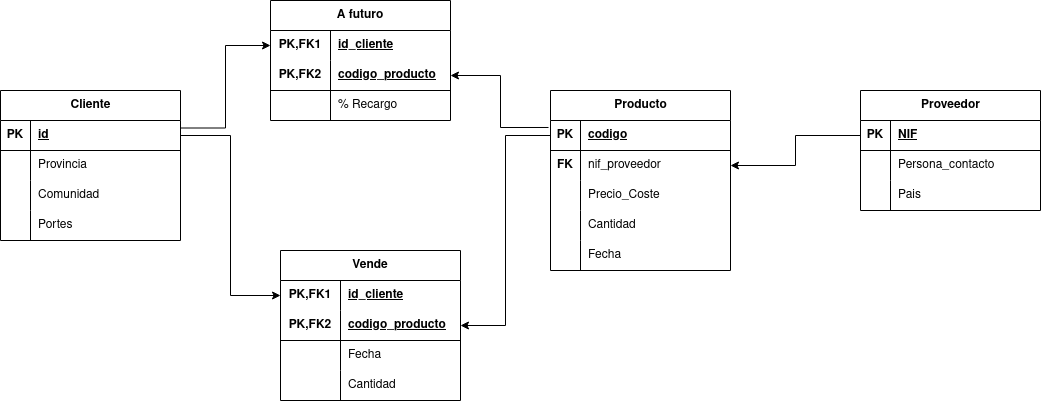
mdiogc/base-datos keeps this draw.io diagram as Unidad-2/Tareas/ Empresa Compra Venta (MR)/empresa (mr).drawio.png. Above is the earlier version. Source tidied: cells renumbered, new cells last; positions are measured from the earlier drawing's top-left corner, leaving out a move shared by most shapes.
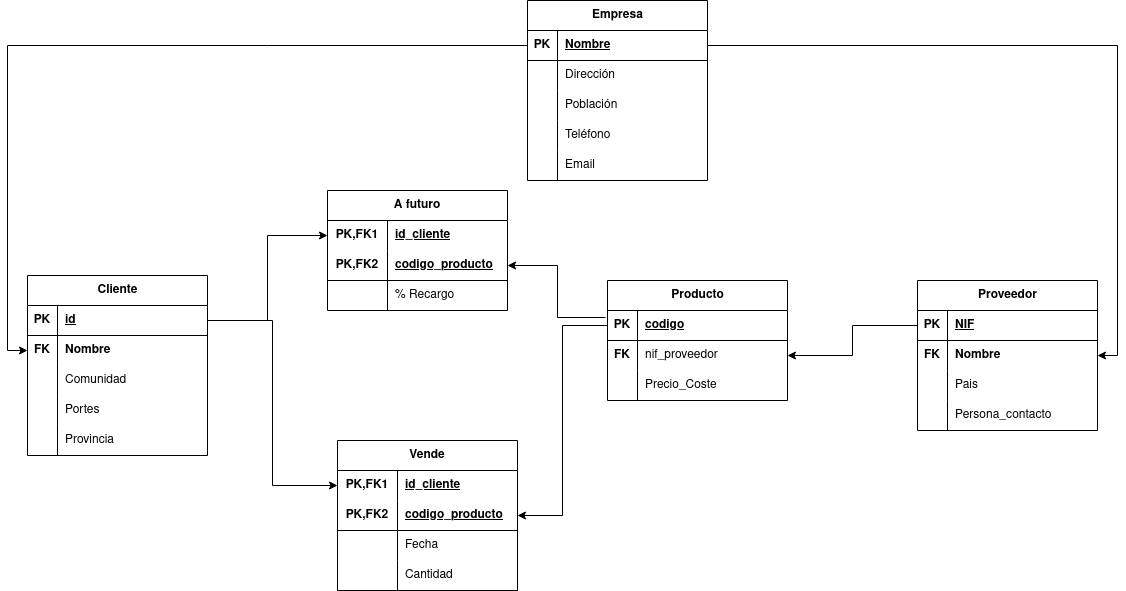
The same diagram one commit later.

Diff of the diagram source:
```diff
@@ -6,7 +6,7 @@
       <mxGeometry relative="1" as="geometry" />
     </mxCell>
     <mxCell id="3" value="Cliente" style="shape=table;startSize=30;rowLines=0;fontStyle=1;align=center;html=1;" parent="1" vertex="1">
-      <mxGeometry y="90" width="180" height="150" as="geometry" />
+      <mxGeometry x="-30" y="85" width="180" height="180" as="geometry" />
     </mxCell>
     <mxCell id="4" style="shape=tableRow;horizontal=0;startSize=0;swimlaneHead=0;swimlaneBody=0;fillColor=none;points=[[0,0.5],[1,0.5]];portConstraint=eastwest;top=0;left=0;right=0;bottom=1;" parent="3" vertex="1">
       <mxGeometry y="30" width="180" height="30" as="geometry" />
@@ -20,10 +20,10 @@
     <mxCell id="7" style="shape=tableRow;horizontal=0;startSize=0;swimlaneHead=0;swimlaneBody=0;fillColor=none;points=[[0,0.5],[1,0.5]];portConstraint=eastwest;top=0;left=0;right=0;bottom=0;" parent="3" vertex="1">
       <mxGeometry y="60" width="180" height="30" as="geometry" />
     </mxCell>
-    <mxCell id="8" style="shape=partialRectangle;fillColor=none;top=0;left=0;bottom=0;right=0;overflow=hidden;whiteSpace=wrap;html=1;" parent="7" vertex="1">
+    <mxCell id="8" value="&lt;b&gt;FK&lt;/b&gt;" style="shape=partialRectangle;fillColor=none;top=0;left=0;bottom=0;right=0;overflow=hidden;whiteSpace=wrap;html=1;" parent="7" vertex="1">
       <mxGeometry width="30" height="30" as="geometry" />
     </mxCell>
-    <mxCell id="9" value="Provincia" style="shape=partialRectangle;fillColor=none;top=0;left=0;bottom=0;right=0;align=left;spacingLeft=6;overflow=hidden;whiteSpace=wrap;html=1;" parent="7" vertex="1">
+    <mxCell id="9" value="&lt;b&gt;Nombre&lt;/b&gt;" style="shape=partialRectangle;fillColor=none;top=0;left=0;bottom=0;right=0;align=left;spacingLeft=6;overflow=hidden;whiteSpace=wrap;html=1;" parent="7" vertex="1">
       <mxGeometry x="30" width="150" height="30" as="geometry" />
     </mxCell>
     <mxCell id="10" style="shape=tableRow;horizontal=0;startSize=0;swimlaneHead=0;swimlaneBody=0;fillColor=none;top=0;left=0;right=0;bottom=0;" parent="3" vertex="1">
@@ -44,6 +44,15 @@
     <mxCell id="15" value="Portes" style="shape=partialRectangle;fillColor=none;top=0;left=0;bottom=0;right=0;align=left;spacingLeft=6;overflow=hidden;whiteSpace=wrap;html=1;" parent="13" vertex="1">
       <mxGeometry x="30" width="150" height="30" as="geometry" />
     </mxCell>
+    <mxCell id="69" style="shape=tableRow;horizontal=0;startSize=0;swimlaneHead=0;swimlaneBody=0;fillColor=none;top=0;left=0;right=0;bottom=0;" parent="3" vertex="1">
+      <mxGeometry y="150" width="180" height="30" as="geometry" />
+    </mxCell>
+    <mxCell id="70" style="shape=partialRectangle;fillColor=none;top=0;left=0;bottom=0;right=0;overflow=hidden;whiteSpace=wrap;html=1;" parent="69" vertex="1">
+      <mxGeometry width="30" height="30" as="geometry" />
+    </mxCell>
+    <mxCell id="71" value="Provincia" style="shape=partialRectangle;fillColor=none;top=0;left=0;bottom=0;right=0;align=left;spacingLeft=6;overflow=hidden;whiteSpace=wrap;html=1;" parent="69" vertex="1">
+      <mxGeometry x="30" width="150" height="30" as="geometry" />
+    </mxCell>
     <mxCell id="16" value="A futuro" style="shape=table;startSize=30;rowLines=0;fontStyle=1;align=center;html=1;whiteSpace=wrap;" parent="1" vertex="1">
       <mxGeometry x="270" width="180" height="120" as="geometry" />
     </mxCell>
@@ -75,7 +84,7 @@
       <mxGeometry x="60" width="120" height="30" as="geometry" />
     </mxCell>
     <mxCell id="26" value="Producto" style="shape=table;startSize=30;rowLines=0;fontStyle=1;align=center;html=1;" parent="1" vertex="1">
-      <mxGeometry x="550" y="90" width="180" height="180" as="geometry" />
+      <mxGeometry x="550" y="90" width="180" height="120" as="geometry" />
     </mxCell>
     <mxCell id="27" style="shape=tableRow;horizontal=0;startSize=0;swimlaneHead=0;swimlaneBody=0;fillColor=none;points=[[0,0.5],[1,0.5]];portConstraint=eastwest;top=0;left=0;right=0;bottom=1;" parent="26" vertex="1">
       <mxGeometry y="30" width="180" height="30" as="geometry" />
@@ -104,26 +113,8 @@
     <mxCell id="35" value="Precio_Coste" style="shape=partialRectangle;fillColor=none;top=0;left=0;bottom=0;right=0;align=left;spacingLeft=6;overflow=hidden;whiteSpace=wrap;html=1;" parent="33" vertex="1">
       <mxGeometry x="30" width="150" height="30" as="geometry" />
     </mxCell>
-    <mxCell id="36" style="shape=tableRow;horizontal=0;startSize=0;swimlaneHead=0;swimlaneBody=0;fillColor=none;top=0;left=0;right=0;bottom=0;" parent="26" vertex="1">
-      <mxGeometry y="120" width="180" height="30" as="geometry" />
-    </mxCell>
-    <mxCell id="37" style="shape=partialRectangle;fillColor=none;top=0;left=0;bottom=0;right=0;overflow=hidden;whiteSpace=wrap;html=1;" parent="36" vertex="1">
-      <mxGeometry width="30" height="30" as="geometry" />
-    </mxCell>
-    <mxCell id="38" value="Cantidad" style="shape=partialRectangle;fillColor=none;top=0;left=0;bottom=0;right=0;align=left;spacingLeft=6;overflow=hidden;whiteSpace=wrap;html=1;" parent="36" vertex="1">
-      <mxGeometry x="30" width="150" height="30" as="geometry" />
-    </mxCell>
-    <mxCell id="39" style="shape=tableRow;horizontal=0;startSize=0;swimlaneHead=0;swimlaneBody=0;fillColor=none;top=0;left=0;right=0;bottom=0;" parent="26" vertex="1">
-      <mxGeometry y="150" width="180" height="30" as="geometry" />
-    </mxCell>
-    <mxCell id="40" style="shape=partialRectangle;fillColor=none;top=0;left=0;bottom=0;right=0;overflow=hidden;whiteSpace=wrap;html=1;" parent="39" vertex="1">
-      <mxGeometry width="30" height="30" as="geometry" />
-    </mxCell>
-    <mxCell id="41" value="Fecha" style="shape=partialRectangle;fillColor=none;top=0;left=0;bottom=0;right=0;align=left;spacingLeft=6;overflow=hidden;whiteSpace=wrap;html=1;" parent="39" vertex="1">
-      <mxGeometry x="30" width="150" height="30" as="geometry" />
-    </mxCell>
     <mxCell id="42" value="Proveedor" style="shape=table;startSize=30;rowLines=0;fontStyle=1;align=center;html=1;" parent="1" vertex="1">
-      <mxGeometry x="860" y="90" width="180" height="120" as="geometry" />
+      <mxGeometry x="860" y="90" width="180" height="150" as="geometry" />
     </mxCell>
     <mxCell id="43" style="shape=tableRow;horizontal=0;startSize=0;swimlaneHead=0;swimlaneBody=0;fillColor=none;points=[[0,0.5],[1,0.5]];portConstraint=eastwest;top=0;left=0;right=0;bottom=1;" parent="42" vertex="1">
       <mxGeometry y="30" width="180" height="30" as="geometry" />
@@ -137,10 +128,10 @@
     <mxCell id="46" style="shape=tableRow;horizontal=0;startSize=0;swimlaneHead=0;swimlaneBody=0;fillColor=none;top=0;left=0;right=0;bottom=0;" parent="42" vertex="1">
       <mxGeometry y="60" width="180" height="30" as="geometry" />
     </mxCell>
-    <mxCell id="47" style="shape=partialRectangle;fillColor=none;top=0;left=0;bottom=0;right=0;overflow=hidden;whiteSpace=wrap;html=1;" parent="46" vertex="1">
+    <mxCell id="47" value="&lt;b&gt;FK&lt;/b&gt;" style="shape=partialRectangle;fillColor=none;top=0;left=0;bottom=0;right=0;overflow=hidden;whiteSpace=wrap;html=1;" parent="46" vertex="1">
       <mxGeometry width="30" height="30" as="geometry" />
     </mxCell>
-    <mxCell id="48" value="Persona_contacto" style="shape=partialRectangle;fillColor=none;top=0;left=0;bottom=0;right=0;align=left;spacingLeft=6;overflow=hidden;whiteSpace=wrap;html=1;" parent="46" vertex="1">
+    <mxCell id="48" value="&lt;b&gt;Nombre&lt;/b&gt;" style="shape=partialRectangle;fillColor=none;top=0;left=0;bottom=0;right=0;align=left;spacingLeft=6;overflow=hidden;whiteSpace=wrap;html=1;" parent="46" vertex="1">
       <mxGeometry x="30" width="150" height="30" as="geometry" />
     </mxCell>
     <mxCell id="49" style="shape=tableRow;horizontal=0;startSize=0;swimlaneHead=0;swimlaneBody=0;fillColor=none;top=0;left=0;right=0;bottom=0;" parent="42" vertex="1">
@@ -152,6 +143,15 @@
     <mxCell id="51" value="Pais" style="shape=partialRectangle;fillColor=none;top=0;left=0;bottom=0;right=0;align=left;spacingLeft=6;overflow=hidden;whiteSpace=wrap;html=1;" parent="49" vertex="1">
       <mxGeometry x="30" width="150" height="30" as="geometry" />
     </mxCell>
+    <mxCell id="72" style="shape=tableRow;horizontal=0;startSize=0;swimlaneHead=0;swimlaneBody=0;fillColor=none;top=0;left=0;right=0;bottom=0;" parent="42" vertex="1">
+      <mxGeometry y="120" width="180" height="30" as="geometry" />
+    </mxCell>
+    <mxCell id="73" style="shape=partialRectangle;fillColor=none;top=0;left=0;bottom=0;right=0;overflow=hidden;whiteSpace=wrap;html=1;" parent="72" vertex="1">
+      <mxGeometry width="30" height="30" as="geometry" />
+    </mxCell>
+    <mxCell id="74" value="Persona_contacto" style="shape=partialRectangle;fillColor=none;top=0;left=0;bottom=0;right=0;align=left;spacingLeft=6;overflow=hidden;whiteSpace=wrap;html=1;" parent="72" vertex="1">
+      <mxGeometry x="30" width="150" height="30" as="geometry" />
+    </mxCell>
     <mxCell id="52" style="edgeStyle=orthogonalEdgeStyle;rounded=0;jettySize=auto;html=1;exitX=0;exitY=0.5;exitDx=0;exitDy=0;entryX=1;entryY=0.5;entryDx=0;entryDy=0;" parent="1" edge="1" source="43" target="30">
       <mxGeometry relative="1" as="geometry" />
     </mxCell>
@@ -203,5 +203,59 @@
     <mxCell id="68" style="edgeStyle=orthogonalEdgeStyle;rounded=0;jettySize=auto;html=1;exitX=0;exitY=0.5;exitDx=0;exitDy=0;entryX=1;entryY=0.5;entryDx=0;entryDy=0;" parent="1" edge="1" source="27" target="53">
       <mxGeometry relative="1" as="geometry" />
     </mxCell>
+    <mxCell id="75" value="Empresa" style="shape=table;startSize=30;rowLines=0;fontStyle=1;align=center;html=1;" parent="1" vertex="1">
+      <mxGeometry x="470" y="-190" width="180" height="180" as="geometry" />
+    </mxCell>
+    <mxCell id="76" style="shape=tableRow;horizontal=0;startSize=0;swimlaneHead=0;swimlaneBody=0;fillColor=none;points=[[0,0.5],[1,0.5]];portConstraint=eastwest;top=0;left=0;right=0;bottom=1;" parent="75" vertex="1">
+      <mxGeometry y="30" width="180" height="30" as="geometry" />
+    </mxCell>
+    <mxCell id="77" value="PK" style="shape=partialRectangle;fillColor=none;top=0;left=0;bottom=0;right=0;fontStyle=1;overflow=hidden;whiteSpace=wrap;html=1;" parent="76" vertex="1">
+      <mxGeometry width="30" height="30" as="geometry" />
+    </mxCell>
+    <mxCell id="78" value="Nombre" style="shape=partialRectangle;fillColor=none;top=0;left=0;bottom=0;right=0;align=left;spacingLeft=6;fontStyle=5;overflow=hidden;whiteSpace=wrap;html=1;" parent="76" vertex="1">
+      <mxGeometry x="30" width="150" height="30" as="geometry" />
+    </mxCell>
+    <mxCell id="79" style="shape=tableRow;horizontal=0;startSize=0;swimlaneHead=0;swimlaneBody=0;fillColor=none;top=0;left=0;right=0;bottom=0;" parent="75" vertex="1">
+      <mxGeometry y="60" width="180" height="30" as="geometry" />
+    </mxCell>
+    <mxCell id="80" style="shape=partialRectangle;fillColor=none;top=0;left=0;bottom=0;right=0;overflow=hidden;whiteSpace=wrap;html=1;" parent="79" vertex="1">
+      <mxGeometry width="30" height="30" as="geometry" />
+    </mxCell>
+    <mxCell id="81" value="Dirección" style="shape=partialRectangle;fillColor=none;top=0;left=0;bottom=0;right=0;align=left;spacingLeft=6;overflow=hidden;whiteSpace=wrap;html=1;" parent="79" vertex="1">
+      <mxGeometry x="30" width="150" height="30" as="geometry" />
+    </mxCell>
+    <mxCell id="82" style="shape=tableRow;horizontal=0;startSize=0;swimlaneHead=0;swimlaneBody=0;fillColor=none;top=0;left=0;right=0;bottom=0;" parent="75" vertex="1">
+      <mxGeometry y="90" width="180" height="30" as="geometry" />
+    </mxCell>
+    <mxCell id="83" style="shape=partialRectangle;fillColor=none;top=0;left=0;bottom=0;right=0;overflow=hidden;whiteSpace=wrap;html=1;" parent="82" vertex="1">
+      <mxGeometry width="30" height="30" as="geometry" />
+    </mxCell>
+    <mxCell id="84" value="Población" style="shape=partialRectangle;fillColor=none;top=0;left=0;bottom=0;right=0;align=left;spacingLeft=6;overflow=hidden;whiteSpace=wrap;html=1;" parent="82" vertex="1">
+      <mxGeometry x="30" width="150" height="30" as="geometry" />
+    </mxCell>
+    <mxCell id="85" style="shape=tableRow;horizontal=0;startSize=0;swimlaneHead=0;swimlaneBody=0;fillColor=none;top=0;left=0;right=0;bottom=0;" parent="75" vertex="1">
+      <mxGeometry y="120" width="180" height="30" as="geometry" />
+    </mxCell>
+    <mxCell id="86" style="shape=partialRectangle;fillColor=none;top=0;left=0;bottom=0;right=0;overflow=hidden;whiteSpace=wrap;html=1;" parent="85" vertex="1">
+      <mxGeometry width="30" height="30" as="geometry" />
+    </mxCell>
+    <mxCell id="87" value="Teléfono" style="shape=partialRectangle;fillColor=none;top=0;left=0;bottom=0;right=0;align=left;spacingLeft=6;overflow=hidden;whiteSpace=wrap;html=1;" parent="85" vertex="1">
+      <mxGeometry x="30" width="150" height="30" as="geometry" />
+    </mxCell>
+    <mxCell id="88" style="shape=tableRow;horizontal=0;startSize=0;swimlaneHead=0;swimlaneBody=0;fillColor=none;top=0;left=0;right=0;bottom=0;" parent="75" vertex="1">
+      <mxGeometry y="150" width="180" height="30" as="geometry" />
+    </mxCell>
+    <mxCell id="89" style="shape=partialRectangle;fillColor=none;top=0;left=0;bottom=0;right=0;overflow=hidden;whiteSpace=wrap;html=1;" parent="88" vertex="1">
+      <mxGeometry width="30" height="30" as="geometry" />
+    </mxCell>
+    <mxCell id="90" value="Email" style="shape=partialRectangle;fillColor=none;top=0;left=0;bottom=0;right=0;align=left;spacingLeft=6;overflow=hidden;whiteSpace=wrap;html=1;" parent="88" vertex="1">
+      <mxGeometry x="30" width="150" height="30" as="geometry" />
+    </mxCell>
+    <mxCell id="91" style="edgeStyle=orthogonalEdgeStyle;rounded=0;jettySize=auto;html=1;exitX=1;exitY=0.5;exitDx=0;exitDy=0;entryX=1;entryY=0.5;entryDx=0;entryDy=0;" parent="1" edge="1" source="76" target="42">
+      <mxGeometry relative="1" as="geometry" />
+    </mxCell>
+    <mxCell id="92" style="edgeStyle=orthogonalEdgeStyle;rounded=0;jettySize=auto;html=1;exitX=0;exitY=0.5;exitDx=0;exitDy=0;entryX=0;entryY=0.5;entryDx=0;entryDy=0;" parent="1" edge="1" source="76" target="7">
+      <mxGeometry relative="1" as="geometry" />
+    </mxCell>
   </root>
 </mxGraphModel>
```
